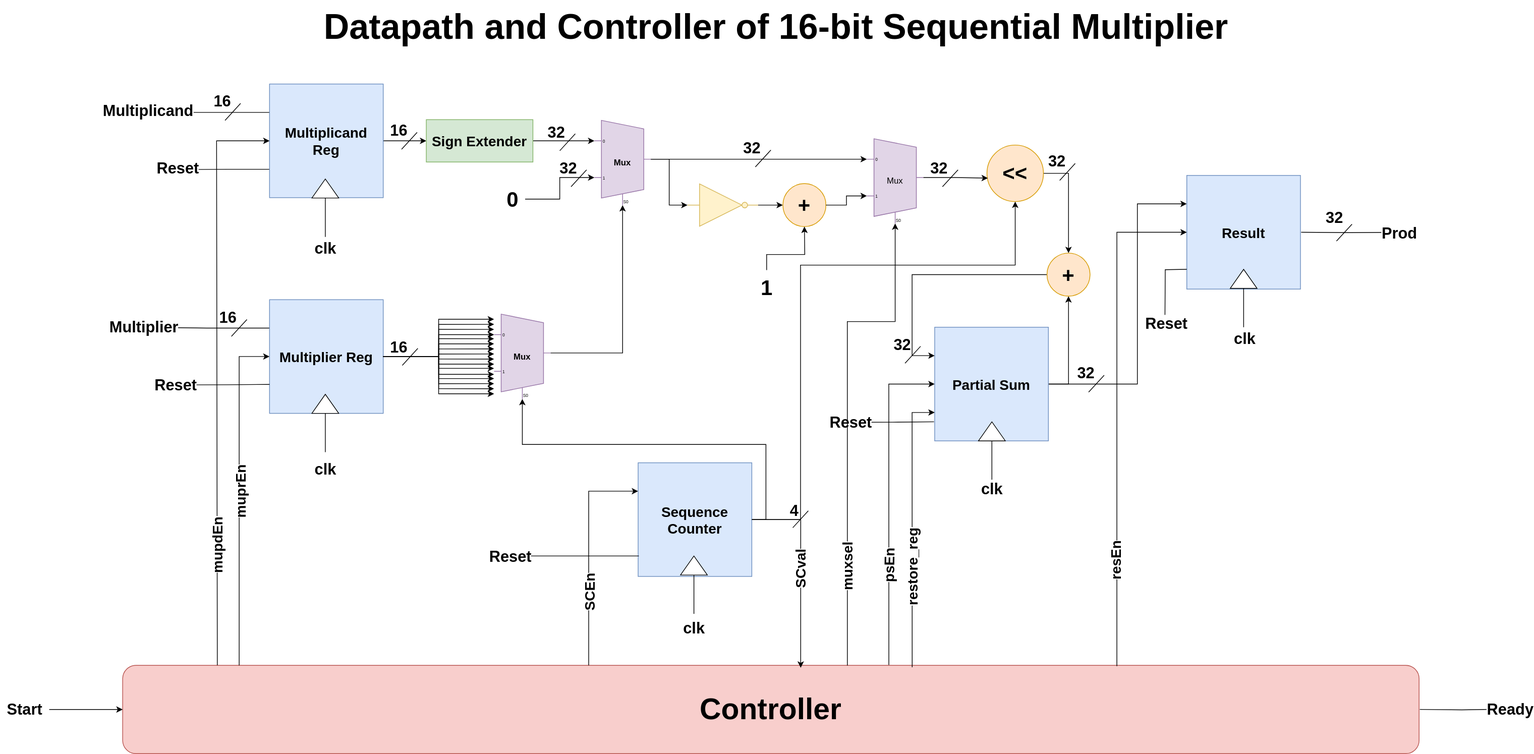
medsuet/Xcelerium-IC-Design-Training keeps this draw.io diagram as Mujtaba/Multiplier_w_RV_Protocol/docs/datapath.drawio.svg. Above is the earlier version. Source tidied: cells renumbered, new cells last; positions are measured from the earlier drawing's top-left corner, leaving out a move shared by most shapes.
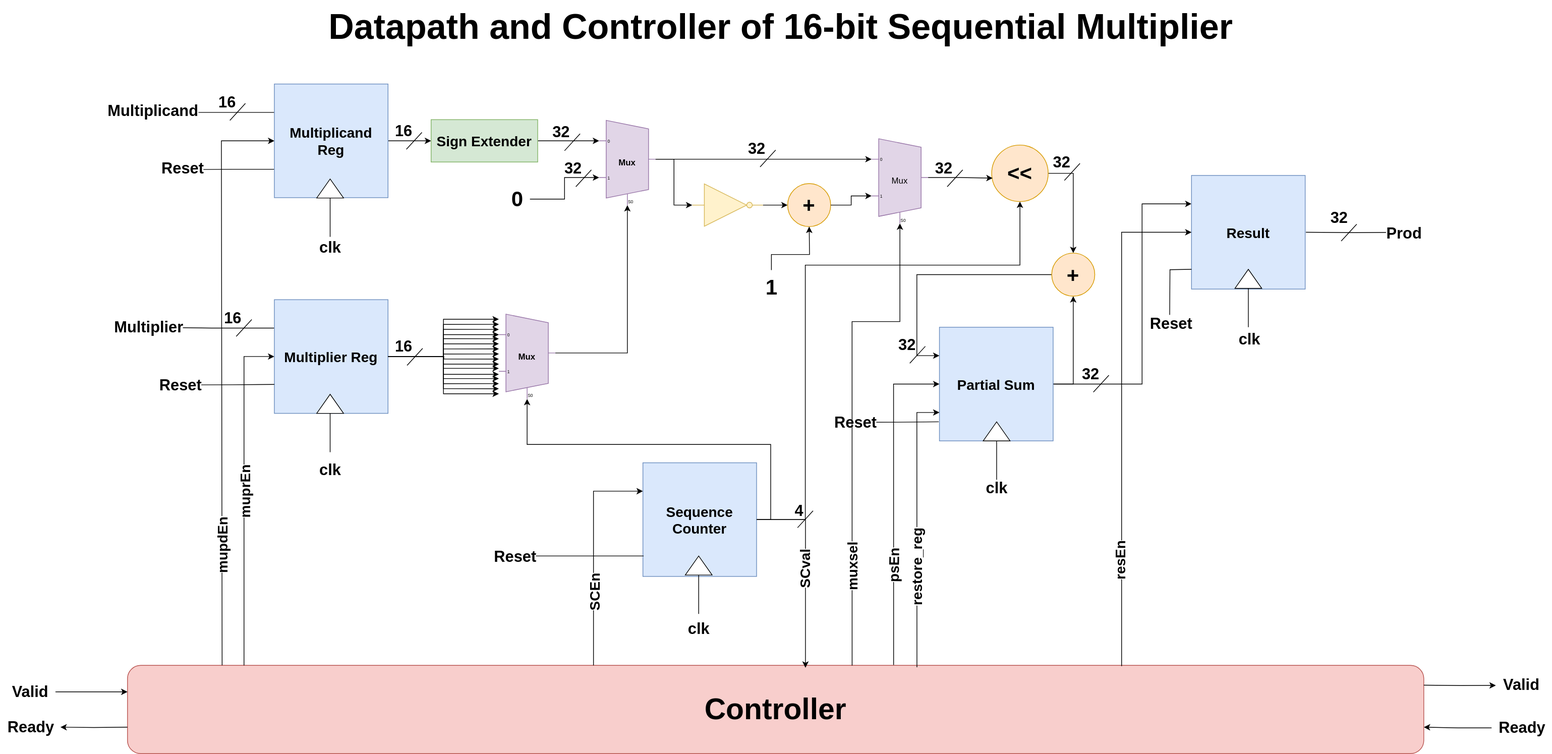
Later version of the same file.

Commit message:
Fix Image Multiplier_w_RV_Protocol/docs/datapath.drawio.svg

The edit, as a diff of the source:
```diff
@@ -98,17 +98,6 @@
     <mxCell id="26" value="&lt;b&gt;&lt;font style=&quot;font-size: 22px;&quot;&gt;Prod&lt;/font&gt;&lt;/b&gt;" style="edgeLabel;html=1;align=center;verticalAlign=middle;" parent="25" vertex="1">
       <mxGeometry x="1" y="-1" relative="1" as="geometry" />
     </mxCell>
-    <mxCell id="27" style="edgeStyle=orthogonalEdgeStyle;rounded=0;orthogonalLoop=1;jettySize=auto;html=1;exitX=1;exitY=0.75;exitDx=0;exitDy=0;" parent="1" edge="1">
-      <mxGeometry relative="1" as="geometry">
-        <mxPoint x="2010" y="1004.4" as="sourcePoint" />
-        <mxPoint x="2128" y="1004" as="targetPoint" />
-      </mxGeometry>
-    </mxCell>
-    <mxCell id="28" value="&lt;b&gt;&lt;font style=&quot;font-size: 22px;&quot;&gt;Ready&lt;/font&gt;&lt;/b&gt;" style="edgeLabel;html=1;align=center;verticalAlign=middle;" parent="27" vertex="1">
-      <mxGeometry x="1" relative="1" as="geometry">
-        <mxPoint x="10" as="offset" />
-      </mxGeometry>
-    </mxCell>
     <mxCell id="29" value="&lt;b&gt;&lt;font style=&quot;font-size: 20px;&quot;&gt;Result&lt;/font&gt;&lt;/b&gt;" style="whiteSpace=wrap;html=1;fillColor=#dae8fc;strokeColor=#6c8ebf;" parent="1" vertex="1">
       <mxGeometry x="1680" y="248" width="161" height="161" as="geometry" />
     </mxCell>
@@ -272,11 +261,13 @@
     <mxCell id="65" value="&lt;div&gt;&lt;b&gt;&lt;font style=&quot;font-size: 42px;&quot;&gt;Controller&lt;/font&gt;&lt;/b&gt;&lt;/div&gt;" style="rounded=1;whiteSpace=wrap;html=1;fillColor=#f8cecc;strokeColor=#b85450;" parent="1" vertex="1">
       <mxGeometry x="173" y="942" width="1836" height="125" as="geometry" />
     </mxCell>
-    <mxCell id="66" style="edgeStyle=orthogonalEdgeStyle;rounded=0;jettySize=auto;html=1;" parent="1" edge="1" source="67" target="65">
-      <mxGeometry relative="1" as="geometry" />
+    <mxCell id="66" style="edgeStyle=orthogonalEdgeStyle;rounded=0;jettySize=auto;html=1;" parent="1" edge="1" source="67">
+      <mxGeometry relative="1" as="geometry">
+        <mxPoint x="173" y="979.5" as="targetPoint" />
+      </mxGeometry>
     </mxCell>
-    <mxCell id="67" value="&lt;b&gt;&lt;font style=&quot;font-size: 22px;&quot;&gt;Start&lt;/font&gt;&lt;/b&gt;" style="text;html=1;align=center;verticalAlign=middle;points=[];strokeColor=none;fillColor=none;" parent="1" vertex="1">
-      <mxGeometry y="985" width="69" height="39" as="geometry" />
+    <mxCell id="67" value="&lt;div&gt;&lt;b&gt;&lt;font style=&quot;font-size: 22px;&quot;&gt;Valid&lt;/font&gt;&lt;/b&gt;&lt;/div&gt;" style="text;html=1;align=center;verticalAlign=middle;points=[];strokeColor=none;fillColor=none;" parent="1" vertex="1">
+      <mxGeometry x="-1" y="960" width="72" height="39" as="geometry" />
     </mxCell>
     <mxCell id="68" style="edgeStyle=orthogonalEdgeStyle;rounded=0;jettySize=auto;html=1;entryX=0;entryY=0.5;entryDx=0;entryDy=0;" parent="1" edge="1" target="12">
       <mxGeometry relative="1" as="geometry">
@@ -551,5 +542,33 @@
         <mxPoint x="-4" y="-16" as="offset" />
       </mxGeometry>
     </mxCell>
+    <mxCell id="128" style="edgeStyle=orthogonalEdgeStyle;rounded=0;jettySize=auto;html=1;" parent="1" edge="1" target="129">
+      <mxGeometry relative="1" as="geometry">
+        <mxPoint x="173" y="1029.5" as="sourcePoint" />
+      </mxGeometry>
+    </mxCell>
+    <mxCell id="129" value="&lt;div&gt;&lt;b&gt;&lt;font style=&quot;font-size: 22px;&quot;&gt;Ready&lt;/font&gt;&lt;/b&gt;&lt;/div&gt;" style="text;html=1;align=center;verticalAlign=middle;points=[];strokeColor=none;fillColor=none;" parent="1" vertex="1">
+      <mxGeometry x="-7" y="1010" width="85" height="39" as="geometry" />
+    </mxCell>
+    <mxCell id="130" style="edgeStyle=orthogonalEdgeStyle;rounded=0;jettySize=auto;html=1;" parent="1" edge="1" source="131">
+      <mxGeometry relative="1" as="geometry">
+        <mxPoint x="2009" y="1029.5" as="targetPoint" />
+      </mxGeometry>
+    </mxCell>
+    <mxCell id="131" value="&lt;div&gt;&lt;b&gt;&lt;font style=&quot;font-size: 22px;&quot;&gt;Ready&lt;/font&gt;&lt;/b&gt;&lt;/div&gt;" style="text;html=1;align=center;verticalAlign=middle;points=[];strokeColor=none;fillColor=none;" parent="1" vertex="1">
+      <mxGeometry x="2105" y="1011" width="85" height="39" as="geometry" />
+    </mxCell>
+    <mxCell id="132" style="group;rotation=-180;" parent="1" vertex="1">
+      <mxGeometry x="2009" y="951" width="174" height="39" as="geometry" />
+    </mxCell>
+    <mxCell id="133" style="edgeStyle=orthogonalEdgeStyle;rounded=0;orthogonalLoop=1;jettySize=auto;html=1;" parent="132" edge="1">
+      <mxGeometry relative="1" as="geometry">
+        <mxPoint y="19" as="sourcePoint" />
+        <mxPoint x="102" y="19.4" as="targetPoint" />
+      </mxGeometry>
+    </mxCell>
+    <mxCell id="134" value="&lt;div&gt;&lt;b&gt;&lt;font style=&quot;font-size: 22px;&quot;&gt;Valid&lt;/font&gt;&lt;/b&gt;&lt;/div&gt;" style="text;html=1;align=center;verticalAlign=middle;strokeColor=none;fillColor=none;" parent="132" vertex="1">
+      <mxGeometry x="102" y="-1" width="72" height="39" as="geometry" />
+    </mxCell>
   </root>
 </mxGraphModel>
```
